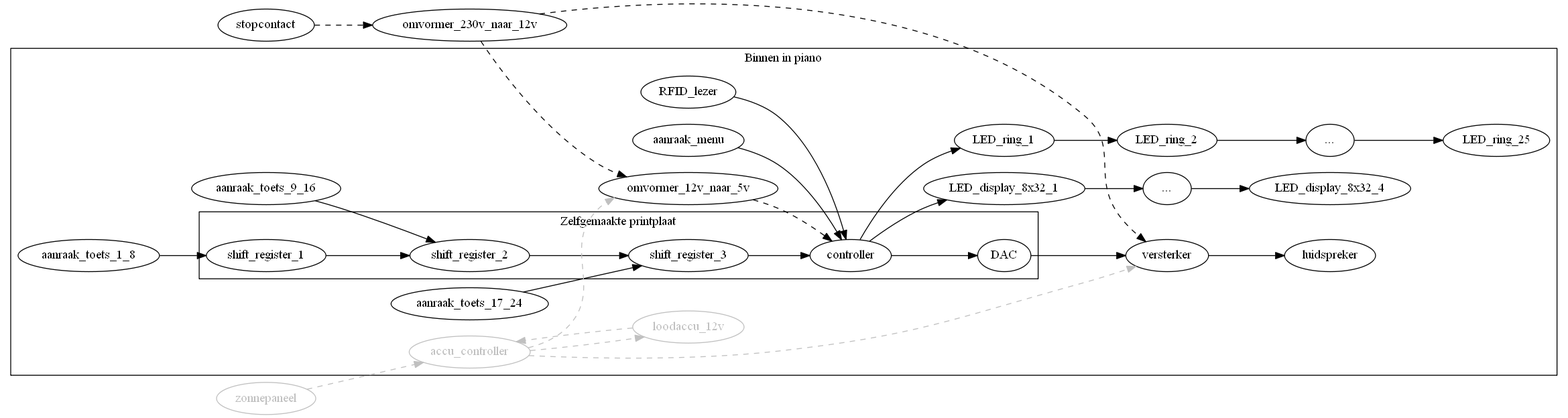
Before: Elektronica/Overzicht elektrisch schema.png, a diagram exported from Graphviz (woutput/regenboogpiano). Its source is kept beside it as Elektronica/Overzicht elektrisch schema.gv.
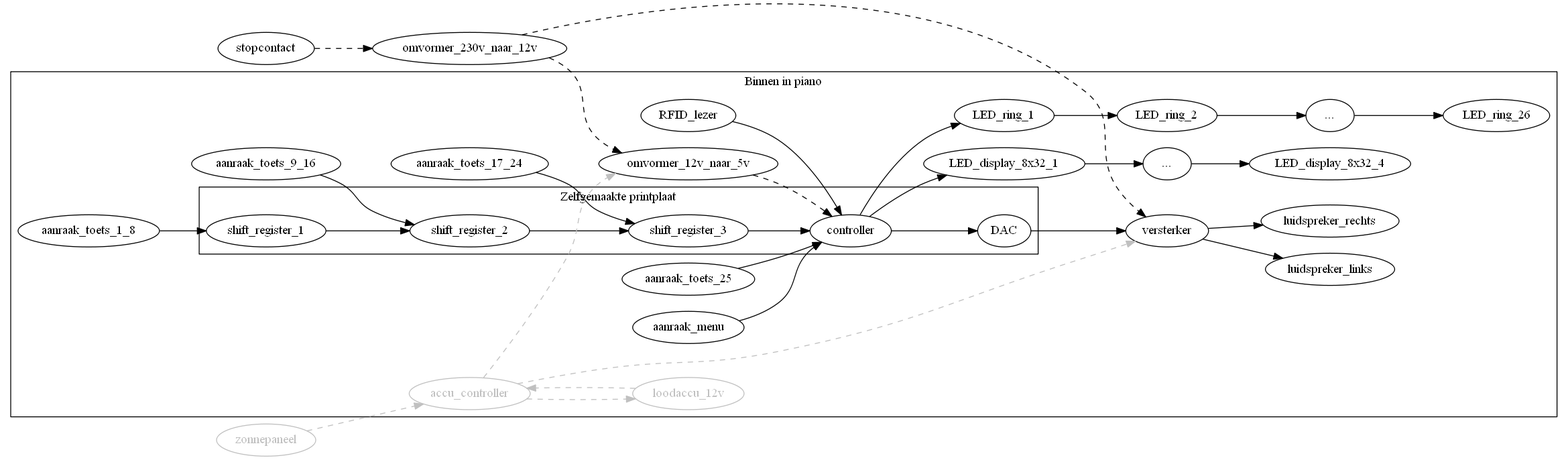
Later version of the same file.

Commit message:
Update vanwege 25e toets (dus nu 26 toetsmodules met menu-knop)

Change to the diagram source:
```diff
@@ -20,6 +20,7 @@
 		aanraak_toets_9_16 -> shift_register_2
 		aanraak_toets_17_24 -> shift_register_3
 
+		aanraak_toets_25 -> controller
 		aanraak_menu -> controller
 
 		shift_register_1 -> shift_register_2
@@ -37,11 +38,12 @@
 		LED_ring_1 -> LED_ring_2
 		LED_ring_2 -> LED_ring_3
 		LED_ring_3 [label = "..."]
-		LED_ring_3 -> LED_ring_25
+		LED_ring_3 -> LED_ring_26
 
 		controller -> DAC
 		DAC -> versterker
-		versterker -> luidspreker
+		versterker -> luidspreker_links
+		versterker -> luidspreker_rechts
 
 		accu_controller [color = grey; fontcolor = grey]
 		loodaccu_12v [color = grey; fontcolor = grey]
```
